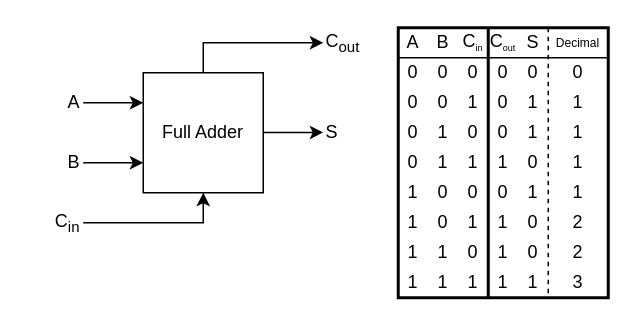
Above: page "figure_16" (16 of 25) of assets/images/2021-12-21-verilogHDL_chapter3_combinational_logic/시스템_반도체_설계_3장.drawio in ParkDongho/ParkDongho.github.io (draw.io), before the change. Source tidied: cells renumbered, new cells numbered last; positions are measured from the earlier drawing's top-left corner, leaving out a move shared by most shapes. Both pictures are drawn from the tidied source at 150%, with x=0, y=0 at pixel (38, 27).
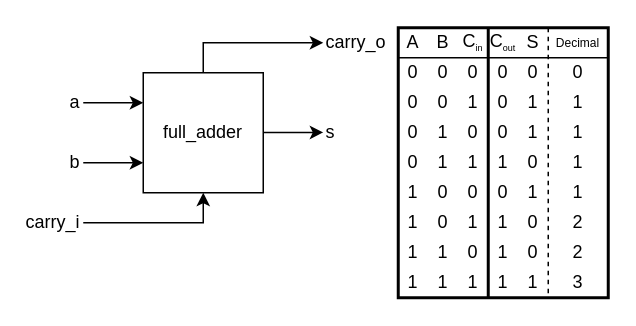
Above is the later version.

The edit, as a diff of the source:
```diff
@@
-    <mxCell id="3" value="Full Adder" style="rounded=0;whiteSpace=wrap;html=1;fontSize=12;fillColor=none;" parent="1" vertex="1">
+    <mxCell id="3" value="full_adder" style="rounded=0;whiteSpace=wrap;html=1;fontSize=12;fillColor=none;" parent="1" vertex="1">
       <mxGeometry x="70" y="30" width="80" height="80" as="geometry" />
     </mxCell>
@@
-    <mxCell id="8" value="A" style="text;html=1;strokeColor=none;fillColor=none;align=right;verticalAlign=middle;whiteSpace=wrap;rounded=0;fontSize=12;" parent="1" vertex="1">
+    <mxCell id="8" value="a" style="text;html=1;strokeColor=none;fillColor=none;align=right;verticalAlign=middle;whiteSpace=wrap;rounded=0;fontSize=12;" parent="1" vertex="1">
       <mxGeometry y="40" width="30" height="20" as="geometry" />
     </mxCell>
-    <mxCell id="9" value="B" style="text;html=1;strokeColor=none;fillColor=none;align=right;verticalAlign=middle;whiteSpace=wrap;rounded=0;fontSize=12;" parent="1" vertex="1">
+    <mxCell id="9" value="b" style="text;html=1;strokeColor=none;fillColor=none;align=right;verticalAlign=middle;whiteSpace=wrap;rounded=0;fontSize=12;" parent="1" vertex="1">
       <mxGeometry y="80" width="30" height="20" as="geometry" />
     </mxCell>
-    <mxCell id="10" value="S" style="text;html=1;strokeColor=none;fillColor=none;align=left;verticalAlign=middle;whiteSpace=wrap;rounded=0;fontSize=12;" parent="1" vertex="1">
+    <mxCell id="10" value="s" style="text;html=1;strokeColor=none;fillColor=none;align=left;verticalAlign=middle;whiteSpace=wrap;rounded=0;fontSize=12;" parent="1" vertex="1">
       <mxGeometry x="190" y="60" width="40" height="20" as="geometry" />
     </mxCell>
-    <mxCell id="11" value="C&lt;sub&gt;in&lt;/sub&gt;" style="text;html=1;strokeColor=none;fillColor=none;align=right;verticalAlign=middle;whiteSpace=wrap;rounded=0;fontSize=12;" parent="1" vertex="1">
+    <mxCell id="11" value="carry_i" style="text;html=1;strokeColor=none;fillColor=none;align=right;verticalAlign=middle;whiteSpace=wrap;rounded=0;fontSize=12;" parent="1" vertex="1">
       <mxGeometry y="120" width="30" height="20" as="geometry" />
     </mxCell>
-    <mxCell id="12" value="C&lt;sub&gt;out&lt;/sub&gt;" style="text;html=1;strokeColor=none;fillColor=none;align=left;verticalAlign=middle;whiteSpace=wrap;rounded=0;fontSize=12;" parent="1" vertex="1">
+    <mxCell id="12" value="carry_o" style="text;html=1;strokeColor=none;fillColor=none;align=left;verticalAlign=middle;whiteSpace=wrap;rounded=0;fontSize=12;" parent="1" vertex="1">
       <mxGeometry x="190" width="40" height="20" as="geometry" />
     </mxCell>
```
